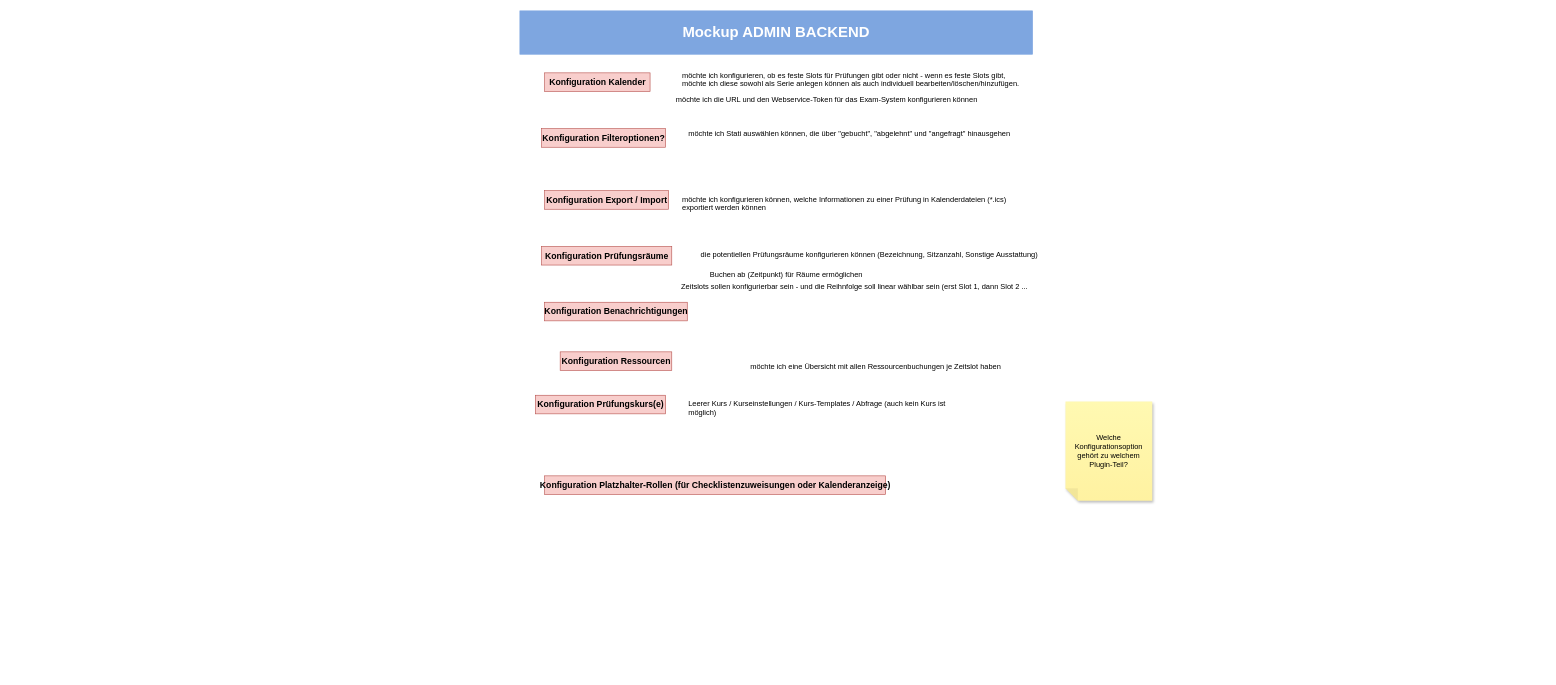
This is page "Adminoberfläche" (2 of 2) of Administrator.drawio from melanietreitinger/buchungstool, a draw.io file, before an edit. Source tidied: cells renumbered, new cells numbered last; positions are measured from the earlier drawing's top-left corner, leaving out a move shared by most shapes. Both pictures are drawn from the tidied source at 62%, with x=0, y=0 at pixel (520, 11).
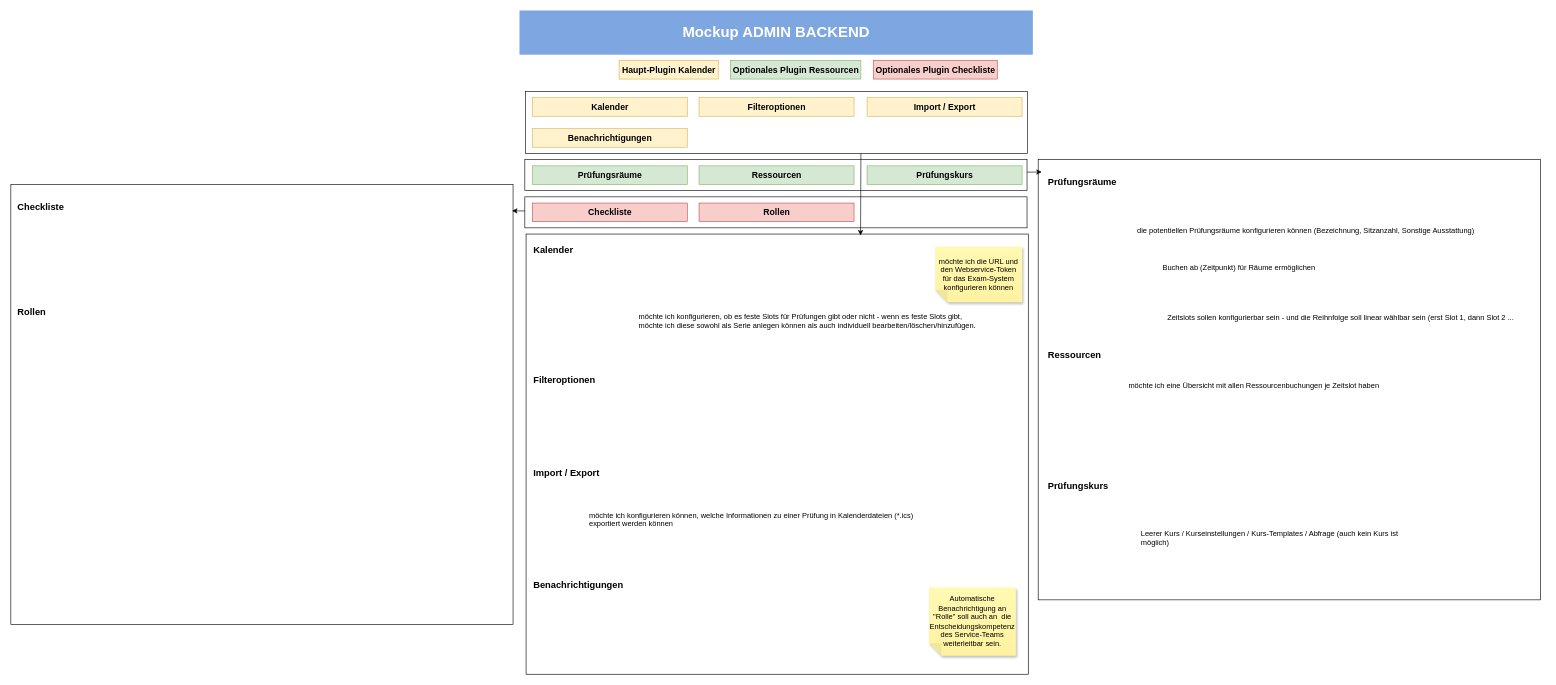
After the change.

Diff of the diagram source:
```diff
@@
-    <mxCell id="2" value="Konfiguration Prüfungsräume" style="text;html=1;align=center;verticalAlign=middle;strokeColor=#b85450;fillColor=#f8cecc;fontSize=14;fontStyle=1;" parent="1" vertex="1">
-      <mxGeometry x="35" y="380" width="210" height="30" as="geometry" />
-    </mxCell>
@@
-    <mxCell id="4" value="Konfiguration Kalender" style="text;html=1;align=center;verticalAlign=middle;strokeColor=#b85450;fillColor=#f8cecc;fontSize=14;fontStyle=1;" parent="1" vertex="1">
-      <mxGeometry x="40" y="100" width="170" height="30" as="geometry" />
+    <mxCell id="4" value="Kalender" style="text;html=1;align=center;verticalAlign=middle;strokeColor=#d6b656;fillColor=#fff2cc;fontSize=14;fontStyle=1;rotation=0;fixedWidth=1;" parent="1" vertex="1">
+      <mxGeometry x="20" y="140" width="250" height="30" as="geometry" />
     </mxCell>
-    <mxCell id="5" value="Konfiguration Benachrichtigungen" style="text;html=1;align=center;verticalAlign=middle;strokeColor=#b85450;fillColor=#f8cecc;fontSize=14;fontStyle=1;" parent="1" vertex="1">
-      <mxGeometry x="40" y="470" width="230" height="30" as="geometry" />
-    </mxCell>
-    <mxCell id="6" value="Konfiguration Export / Import" style="text;html=1;align=center;verticalAlign=middle;strokeColor=#b85450;fillColor=#f8cecc;fontSize=14;fontStyle=1;" parent="1" vertex="1">
-      <mxGeometry x="40" y="290" width="200" height="30" as="geometry" />
-    </mxCell>
-    <mxCell id="7" value="Konfiguration Filteroptionen?" style="text;html=1;align=center;verticalAlign=middle;strokeColor=#b85450;fillColor=#f8cecc;fontSize=14;fontStyle=1;" parent="1" vertex="1">
-      <mxGeometry x="35" y="190" width="200" height="30" as="geometry" />
-    </mxCell>
+    <mxCell id="21" value="Haupt-Plugin Kalender" style="text;html=1;align=center;verticalAlign=middle;strokeColor=#d6b656;fillColor=#fff2cc;fontSize=14;fontStyle=1;" parent="1" vertex="1">
+      <mxGeometry x="160" y="80" width="160" height="30" as="geometry" />
+    </mxCell>
+    <mxCell id="22" value="Optionales Plugin Ressourcen" style="text;html=1;align=center;verticalAlign=middle;strokeColor=#82b366;fillColor=#d5e8d4;fontSize=14;fontStyle=1;" parent="1" vertex="1">
+      <mxGeometry x="340" y="80" width="210" height="30" as="geometry" />
+    </mxCell>
+    <mxCell id="23" value="Optionales Plugin Checkliste" style="text;html=1;align=center;verticalAlign=middle;strokeColor=#b85450;fillColor=#f8cecc;fontSize=14;fontStyle=1;" parent="1" vertex="1">
+      <mxGeometry x="570" y="80" width="200" height="30" as="geometry" />
+    </mxCell>
+    <mxCell id="24" value="Filteroptionen" style="text;html=1;align=center;verticalAlign=middle;strokeColor=#d6b656;fillColor=#fff2cc;fontSize=14;fontStyle=1;rotation=0;fixedWidth=1;" parent="1" vertex="1">
+      <mxGeometry x="289" y="140" width="250" height="30" as="geometry" />
+    </mxCell>
+    <mxCell id="25" value="Import / Export" style="text;html=1;align=center;verticalAlign=middle;strokeColor=#d6b656;fillColor=#fff2cc;fontSize=14;fontStyle=1;rotation=0;fixedWidth=1;" parent="1" vertex="1">
+      <mxGeometry x="560" y="140" width="250" height="30" as="geometry" />
+    </mxCell>
+    <mxCell id="26" value="Benachrichtigungen" style="text;html=1;align=center;verticalAlign=middle;strokeColor=#d6b656;fillColor=#fff2cc;fontSize=14;fontStyle=1;rotation=0;fixedWidth=1;" parent="1" vertex="1">
+      <mxGeometry x="20" y="190" width="250" height="30" as="geometry" />
+    </mxCell>
+    <mxCell id="27" value="Prüfungsräume" style="text;html=1;align=center;verticalAlign=middle;strokeColor=#82b366;fillColor=#d5e8d4;fontSize=14;fontStyle=1;rotation=0;fixedWidth=1;" parent="1" vertex="1">
+      <mxGeometry x="20" y="250" width="250" height="30" as="geometry" />
+    </mxCell>
+    <mxCell id="28" value="Ressourcen" style="text;html=1;align=center;verticalAlign=middle;strokeColor=#82b366;fillColor=#d5e8d4;fontSize=14;fontStyle=1;rotation=0;fixedWidth=1;" parent="1" vertex="1">
+      <mxGeometry x="289" y="250" width="250" height="30" as="geometry" />
+    </mxCell>
+    <mxCell id="29" value="Prüfungskurs" style="text;html=1;align=center;verticalAlign=middle;strokeColor=#82b366;fillColor=#d5e8d4;fontSize=14;fontStyle=1;rotation=0;fixedWidth=1;" parent="1" vertex="1">
+      <mxGeometry x="560" y="250" width="250" height="30" as="geometry" />
+    </mxCell>
+    <mxCell id="30" value="Checkliste" style="text;html=1;align=center;verticalAlign=middle;strokeColor=#b85450;fillColor=#f8cecc;fontSize=14;fontStyle=1;rotation=0;fixedWidth=1;" parent="1" vertex="1">
+      <mxGeometry x="20" y="310" width="250" height="30" as="geometry" />
+    </mxCell>
+    <mxCell id="31" value="Rollen" style="text;html=1;align=center;verticalAlign=middle;strokeColor=#b85450;fillColor=#f8cecc;fontSize=14;fontStyle=1;rotation=0;fixedWidth=1;" parent="1" vertex="1">
+      <mxGeometry x="289" y="310" width="250" height="30" as="geometry" />
+    </mxCell>
+    <mxCell id="32" parent="0" />
+    <mxCell id="33" style="whiteSpace=wrap;html=1;fillColor=none;" parent="32" vertex="1">
+      <mxGeometry x="10" y="360" width="810" height="710" as="geometry" />
+    </mxCell>
+    <mxCell id="34" style="whiteSpace=wrap;html=1;fillColor=none;" parent="32" vertex="1">
+      <mxGeometry x="9" y="130" width="810" height="100" as="geometry" />
+    </mxCell>
+    <mxCell id="9" value="möchte ich konfigurieren, ob es feste Slots für Prüfungen gibt oder nicht - wenn es feste Slots gibt, möchte ich diese sowohl als Serie anlegen können als auch individuell bearbeiten/löschen/hinzufügen." style="text;whiteSpace=wrap;" parent="32" vertex="1">
+      <mxGeometry x="190" y="480" width="560" height="70" as="geometry" />
+    </mxCell>
+    <mxCell id="35" style="rounded=0;jettySize=auto;html=1;entryX=0.666;entryY=0.003;entryDx=0;entryDy=0;exitX=0.668;exitY=1.002;exitDx=0;exitDy=0;exitPerimeter=0;entryPerimeter=0;" parent="32" edge="1" source="34" target="33">
+      <mxGeometry relative="1" as="geometry" />
+    </mxCell>
+    <mxCell id="36" value="&lt;font style=&quot;font-size: 15px;&quot;&gt;&lt;b&gt;Kalender&lt;/b&gt;&lt;/font&gt;" style="text;strokeColor=none;align=left;fillColor=none;html=1;verticalAlign=middle;whiteSpace=wrap;rounded=0;" parent="32" vertex="1">
+      <mxGeometry x="20" y="370" width="70" height="30" as="geometry" />
+    </mxCell>
+    <mxCell id="37" value="&lt;font style=&quot;font-size: 15px;&quot;&gt;&lt;b&gt;Filteroptionen&lt;/b&gt;&lt;/font&gt;" style="text;strokeColor=none;align=left;fillColor=none;html=1;verticalAlign=middle;whiteSpace=wrap;rounded=0;" parent="32" vertex="1">
+      <mxGeometry x="20" y="580" width="110" height="30" as="geometry" />
+    </mxCell>
+    <mxCell id="38" value="&lt;font style=&quot;font-size: 15px;&quot;&gt;&lt;b&gt;Import / Export&lt;/b&gt;&lt;/font&gt;" style="text;strokeColor=none;align=left;fillColor=none;html=1;verticalAlign=middle;whiteSpace=wrap;rounded=0;" parent="32" vertex="1">
+      <mxGeometry x="20" y="730" width="110" height="30" as="geometry" />
+    </mxCell>
+    <mxCell id="39" value="&lt;font style=&quot;font-size: 15px;&quot;&gt;&lt;b&gt;Benachrichtigungen&lt;/b&gt;&lt;/font&gt;" style="text;strokeColor=none;align=left;fillColor=none;html=1;verticalAlign=middle;whiteSpace=wrap;rounded=0;" parent="32" vertex="1">
+      <mxGeometry x="20" y="910" width="160" height="30" as="geometry" />
+    </mxCell>
-    <mxCell id="8" value="möchte ich konfigurieren können, welche Informationen zu einer Prüfung in Kalenderdateien (*.ics) exportiert werden können" style="text;whiteSpace=wrap;" parent="1" vertex="1">
-      <mxGeometry x="260" y="290" width="560" height="50" as="geometry" />
+    <mxCell id="8" value="möchte ich konfigurieren können, welche Informationen zu einer Prüfung in Kalenderdateien (*.ics) exportiert werden können" style="text;whiteSpace=wrap;" parent="32" vertex="1">
+      <mxGeometry x="110" y="800" width="560" height="50" as="geometry" />
     </mxCell>
-    <mxCell id="9" value="möchte ich konfigurieren, ob es feste Slots für Prüfungen gibt oder nicht - wenn es feste Slots gibt, möchte ich diese sowohl als Serie anlegen können als auch individuell bearbeiten/löschen/hinzufügen." style="text;whiteSpace=wrap;" parent="1" vertex="1">
-      <mxGeometry x="260" y="90" width="560" height="70" as="geometry" />
-    </mxCell>
-    <mxCell id="10" value="möchte ich Stati auswählen können, die über &quot;gebucht&quot;, &quot;abgelehnt&quot; und &quot;angefragt&quot; hinausgehen" style="text;whiteSpace=wrap;" parent="1" vertex="1">
-      <mxGeometry x="270" y="185" width="560" height="40" as="geometry" />
-    </mxCell>
+    <mxCell id="40" value="Automatische Benachrichtigung an &quot;Rolle&quot; soll auch an&amp;nbsp; die Entscheidungskompetenz des Service-Teams weiterleitbar sein." style="shape=note;whiteSpace=wrap;html=1;backgroundOutline=1;fontColor=#000000;darkOpacity=0.05;fillColor=#FFF9B2;strokeColor=none;fillStyle=solid;direction=west;gradientDirection=north;gradientColor=#FFF2A1;shadow=1;size=20;" parent="32" vertex="1">
+      <mxGeometry x="660" y="930" width="140" height="110" as="geometry" />
+    </mxCell>
-    <mxCell id="11" value="möchte ich die URL und den Webservice-Token für das Exam-System konfigurieren können" style="text;whiteSpace=wrap;" parent="1" vertex="1">
-      <mxGeometry x="250" y="130" width="520" height="40" as="geometry" />
+    <mxCell id="11" value="&lt;span style=&quot;color: rgb(0, 0, 0); font-family: Helvetica; font-size: 12px; font-style: normal; font-variant-ligatures: normal; font-variant-caps: normal; font-weight: 400; letter-spacing: normal; orphans: 2; text-align: left; text-indent: 0px; text-transform: none; widows: 2; word-spacing: 0px; -webkit-text-stroke-width: 0px; white-space: normal; text-decoration-thickness: initial; text-decoration-style: initial; text-decoration-color: initial; float: none; display: inline !important;&quot;&gt;möchte ich die URL und den Webservice-Token für das Exam-System konfigurieren können&lt;/span&gt;" style="shape=note;whiteSpace=wrap;html=1;backgroundOutline=1;fontColor=#000000;darkOpacity=0.05;fillColor=#FFF9B2;strokeColor=none;fillStyle=solid;direction=west;gradientDirection=north;gradientColor=#FFF2A1;shadow=1;size=20;labelBackgroundColor=none;" parent="32" vertex="1">
+      <mxGeometry x="670" y="380" width="140" height="90" as="geometry" />
     </mxCell>
+    <mxCell id="41" parent="0" />
+    <mxCell id="42" style="whiteSpace=wrap;html=1;fillColor=none;" parent="41" vertex="1">
+      <mxGeometry x="836" y="240" width="810" height="710" as="geometry" />
+    </mxCell>
+    <mxCell id="43" style="whiteSpace=wrap;html=1;fillColor=none;" parent="41" vertex="1">
+      <mxGeometry x="8" y="240" width="810" height="50" as="geometry" />
+    </mxCell>
+    <mxCell id="13" value="möchte ich eine Übersicht mit allen Ressourcenbuchungen je Zeitslot haben" style="text;whiteSpace=wrap;" parent="41" vertex="1">
+      <mxGeometry x="980" y="590" width="440" height="40" as="geometry" />
+    </mxCell>
+    <mxCell id="44" style="rounded=0;jettySize=auto;html=1;entryX=0.007;entryY=0.028;entryDx=0;entryDy=0;entryPerimeter=0;" parent="41" edge="1" source="43" target="42">
+      <mxGeometry relative="1" as="geometry" />
+    </mxCell>
+    <mxCell id="45" value="&lt;font style=&quot;font-size: 15px;&quot;&gt;&lt;b&gt;Prüfungsräume&lt;/b&gt;&lt;/font&gt;" style="text;strokeColor=none;align=left;fillColor=none;html=1;verticalAlign=middle;whiteSpace=wrap;rounded=0;" parent="41" vertex="1">
+      <mxGeometry x="850" y="260" width="120" height="30" as="geometry" />
+    </mxCell>
+    <mxCell id="46" value="&lt;font style=&quot;font-size: 15px;&quot;&gt;&lt;b&gt;Ressourcen&lt;/b&gt;&lt;/font&gt;" style="text;strokeColor=none;align=left;fillColor=none;html=1;verticalAlign=middle;whiteSpace=wrap;rounded=0;" parent="41" vertex="1">
+      <mxGeometry x="850" y="540" width="110" height="30" as="geometry" />
+    </mxCell>
+    <mxCell id="17" value="Leerer Kurs / Kurseinstellungen / Kurs-Templates / Abfrage (auch kein Kurs ist möglich)" style="text;whiteSpace=wrap;" parent="41" vertex="1">
+      <mxGeometry x="1000" y="830" width="440" height="40" as="geometry" />
+    </mxCell>
+    <mxCell id="47" value="&lt;font style=&quot;font-size: 15px;&quot;&gt;&lt;b&gt;Prüfungskurs&lt;/b&gt;&lt;/font&gt;" style="text;strokeColor=none;align=left;fillColor=none;html=1;verticalAlign=middle;whiteSpace=wrap;rounded=0;" parent="41" vertex="1">
+      <mxGeometry x="850" y="750" width="110" height="30" as="geometry" />
+    </mxCell>
-    <mxCell id="12" value="die potentiellen Prüfungsräume konfigurieren können (Bezeichnung, Sitzanzahl, Sonstige Ausstattung)" style="text;whiteSpace=wrap;" parent="1" vertex="1">
-      <mxGeometry x="290" y="380" width="560" height="50" as="geometry" />
+    <mxCell id="12" value="die potentiellen Prüfungsräume konfigurieren können (Bezeichnung, Sitzanzahl, Sonstige Ausstattung)" style="text;whiteSpace=wrap;" parent="41" vertex="1">
+      <mxGeometry x="994" y="340" width="560" height="50" as="geometry" />
     </mxCell>
-    <mxCell id="13" value="möchte ich eine Übersicht mit allen Ressourcenbuchungen je Zeitslot haben" style="text;whiteSpace=wrap;" parent="1" vertex="1">
-      <mxGeometry x="370" y="560" width="440" height="40" as="geometry" />
-    </mxCell>
-    <mxCell id="14" value="Konfiguration Ressourcen" style="text;html=1;align=center;verticalAlign=middle;strokeColor=#b85450;fillColor=#f8cecc;fontSize=14;fontStyle=1;" parent="1" vertex="1">
-      <mxGeometry x="65" y="550" width="180" height="30" as="geometry" />
-    </mxCell>
-    <mxCell id="15" value="Buchen ab (Zeitpunkt) für Räume ermöglichen" style="text;strokeColor=none;align=center;fillColor=none;html=1;verticalAlign=middle;whiteSpace=wrap;rounded=0;" parent="1" vertex="1">
-      <mxGeometry x="270" y="410" width="320" height="30" as="geometry" />
+    <mxCell id="15" value="Buchen ab (Zeitpunkt) für Räume ermöglichen" style="text;strokeColor=none;align=center;fillColor=none;html=1;verticalAlign=middle;whiteSpace=wrap;rounded=0;" parent="41" vertex="1">
+      <mxGeometry x="1000" y="400" width="320" height="30" as="geometry" />
     </mxCell>
-    <mxCell id="16" value="Konfiguration Prüfungskurs(e)" style="text;html=1;align=center;verticalAlign=middle;strokeColor=#b85450;fillColor=#f8cecc;fontSize=14;fontStyle=1;" parent="1" vertex="1">
-      <mxGeometry x="25" y="620" width="210" height="30" as="geometry" />
-    </mxCell>
-    <mxCell id="17" value="Leerer Kurs / Kurseinstellungen / Kurs-Templates / Abfrage (auch kein Kurs ist möglich)" style="text;whiteSpace=wrap;" parent="1" vertex="1">
-      <mxGeometry x="270" y="620" width="440" height="40" as="geometry" />
-    </mxCell>
-    <mxCell id="18" value="Zeitslots sollen konfigurierbar sein - und die Reihnfolge soll linear wählbar sein (erst Slot 1, dann Slot 2 ..." style="text;strokeColor=none;align=center;fillColor=none;html=1;verticalAlign=middle;whiteSpace=wrap;rounded=0;" parent="1" vertex="1">
-      <mxGeometry x="210" y="430" width="660" height="30" as="geometry" />
+    <mxCell id="18" value="Zeitslots sollen konfigurierbar sein - und die Reihnfolge soll linear wählbar sein (erst Slot 1, dann Slot 2 ..." style="text;strokeColor=none;align=center;fillColor=none;html=1;verticalAlign=middle;whiteSpace=wrap;rounded=0;" parent="41" vertex="1">
+      <mxGeometry x="994" y="480" width="660" height="30" as="geometry" />
     </mxCell>
-    <mxCell id="19" value="Konfiguration Platzhalter-Rollen (für Checklistenzuweisungen oder Kalenderanzeige)" style="text;html=1;align=center;verticalAlign=middle;strokeColor=#b85450;fillColor=#f8cecc;fontSize=14;fontStyle=1;" parent="1" vertex="1">
-      <mxGeometry x="40" y="750" width="550" height="30" as="geometry" />
-    </mxCell>
-    <mxCell id="20" value="Welche Konfigurationsoption gehört zu welchem Plugin-Teil?" style="shape=note;whiteSpace=wrap;html=1;backgroundOutline=1;fontColor=#000000;darkOpacity=0.05;fillColor=#FFF9B2;strokeColor=none;fillStyle=solid;direction=west;gradientDirection=north;gradientColor=#FFF2A1;shadow=1;size=20;" parent="1" vertex="1">
-      <mxGeometry x="880" y="630" width="140" height="160" as="geometry" />
-    </mxCell>
+    <mxCell id="48" parent="0" />
+    <mxCell id="49" style="whiteSpace=wrap;html=1;fillColor=none;" parent="48" vertex="1">
+      <mxGeometry x="8" y="300" width="810" height="50" as="geometry" />
+    </mxCell>
+    <mxCell id="50" style="whiteSpace=wrap;html=1;fillColor=none;" parent="48" vertex="1">
+      <mxGeometry x="-821" y="280" width="810" height="710" as="geometry" />
+    </mxCell>
+    <mxCell id="51" style="rounded=0;jettySize=auto;html=1;entryX=0.998;entryY=0.06;entryDx=0;entryDy=0;entryPerimeter=0;" parent="48" edge="1" source="49" target="50">
+      <mxGeometry relative="1" as="geometry" />
+    </mxCell>
+    <mxCell id="52" value="&lt;font style=&quot;font-size: 15px;&quot;&gt;&lt;b&gt;Checkliste&lt;/b&gt;&lt;/font&gt;" style="text;strokeColor=none;align=left;fillColor=none;html=1;verticalAlign=middle;whiteSpace=wrap;rounded=0;" parent="48" vertex="1">
+      <mxGeometry x="-812.5" y="300" width="81" height="30" as="geometry" />
+    </mxCell>
+    <mxCell id="53" value="&lt;font style=&quot;font-size: 15px;&quot;&gt;&lt;b&gt;Rollen&lt;/b&gt;&lt;/font&gt;" style="text;strokeColor=none;align=left;fillColor=none;html=1;verticalAlign=middle;whiteSpace=wrap;rounded=0;" parent="48" vertex="1">
+      <mxGeometry x="-812.5" y="470" width="110" height="30" as="geometry" />
+    </mxCell>
```
